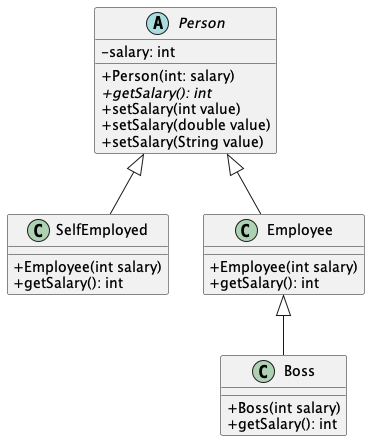
se2p/se2022 keeps this PlantUML diagram as img/1/person2.png. Above is the earlier version. The source it was exported from:
```plantuml
@startuml
skinparam classAttributeIconSize 0

abstract class Person {
 -salary: int
 +Person(int: salary)
 +{abstract} getSalary(): int
 +setSalary(int value)
 +setSalary(double value)
 +setSalary(String value)
}

class SelfEmployed {
 +Employee(int salary)
 +getSalary(): int
}


class Employee {
 +Employee(int salary)
 +getSalary(): int
}

class Boss {
 +Boss(int salary)
 +getSalary(): int
}

Person <|-- Employee
Person <|-- SelfEmployed
Employee <|-- Boss
@enduml
```
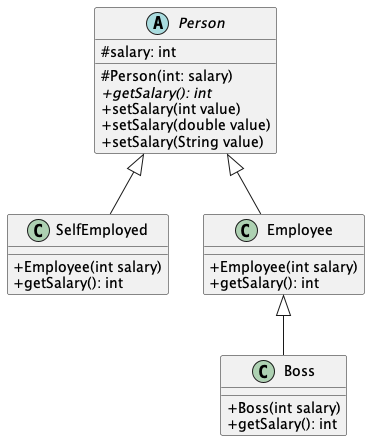
Later version of the same file.

What changed in the source:
```diff
@@ -2,8 +2,8 @@
 skinparam classAttributeIconSize 0
 
 abstract class Person {
- -salary: int
- +Person(int: salary)
+ #salary: int
+ #Person(int: salary)
  +{abstract} getSalary(): int
  +setSalary(int value)
  +setSalary(double value)
```
